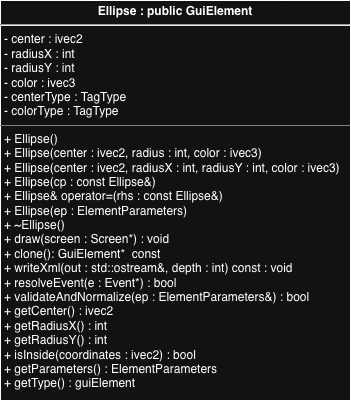
Before: images/Ellipse_UML.png, a diagram exported from draw.io (cgreen2048/ArtHuddle). Source tidied: cells renumbered, new cells last; positions are measured from the earlier drawing's top-left corner, leaving out a move shared by most shapes.
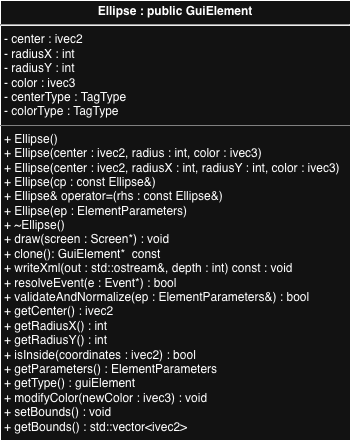
Above is the later version.

Change to the diagram source:
```diff
@@ -2,8 +2,8 @@
   <root>
     <mxCell id="0" />
     <mxCell id="1" parent="0" />
-    <mxCell id="2" value="&lt;p style=&quot;margin:0px;margin-top:4px;text-align:center;&quot;&gt;&lt;b&gt;Ellipse : public GuiElement&lt;/b&gt;&lt;/p&gt;&lt;hr&gt;&lt;p style=&quot;margin:0px;margin-left:4px;&quot;&gt;- center :&amp;nbsp;&lt;span style=&quot;background-color: transparent; color: light-dark(rgb(0, 0, 0), rgb(255, 255, 255));&quot;&gt;ivec2&lt;/span&gt;&lt;/p&gt;&lt;p style=&quot;margin:0px;margin-left:4px;&quot;&gt;- radiusX : int&lt;/p&gt;&lt;p style=&quot;margin:0px;margin-left:4px;&quot;&gt;- radiusY : int&lt;/p&gt;&lt;p style=&quot;margin:0px;margin-left:4px;&quot;&gt;- color : ivec3&lt;/p&gt;&lt;p style=&quot;margin:0px;margin-left:4px;&quot;&gt;- centerType :&amp;nbsp;&lt;span style=&quot;background-color: transparent; color: light-dark(rgb(0, 0, 0), rgb(255, 255, 255));&quot;&gt;TagType&lt;/span&gt;&lt;/p&gt;&lt;p style=&quot;margin:0px;margin-left:4px;&quot;&gt;- colorType : TagType&lt;/p&gt;&lt;hr size=&quot;1&quot; style=&quot;border-style:solid;&quot;&gt;&lt;p style=&quot;margin:0px;margin-left:4px;&quot;&gt;+ Ellipse()&lt;/p&gt;&lt;p style=&quot;margin:0px;margin-left:4px;&quot;&gt;&lt;span style=&quot;background-color: transparent; color: light-dark(rgb(0, 0, 0), rgb(255, 255, 255));&quot;&gt;+&lt;/span&gt;&lt;span style=&quot;background-color: transparent; color: light-dark(rgb(0, 0, 0), rgb(255, 255, 255));&quot;&gt;&amp;nbsp;&lt;/span&gt;Ellipse(center : ivec2, radius : int, color : ivec3)&lt;/p&gt;&lt;p style=&quot;margin:0px;margin-left:4px;&quot;&gt;&lt;span style=&quot;background-color: transparent; color: light-dark(rgb(0, 0, 0), rgb(255, 255, 255));&quot;&gt;+&lt;/span&gt;&lt;span style=&quot;background-color: transparent; color: light-dark(rgb(0, 0, 0), rgb(255, 255, 255));&quot;&gt;&amp;nbsp;&lt;/span&gt;Ellipse(center : ivec2, radiusX : int, radiusY : int, color : ivec3)&lt;/p&gt;&lt;p style=&quot;margin:0px;margin-left:4px;&quot;&gt;&lt;span style=&quot;background-color: transparent; color: light-dark(rgb(0, 0, 0), rgb(255, 255, 255));&quot;&gt;+&lt;/span&gt;&lt;span style=&quot;background-color: transparent; color: light-dark(rgb(0, 0, 0), rgb(255, 255, 255));&quot;&gt;&amp;nbsp;&lt;/span&gt;Ellipse(cp :&amp;nbsp;&lt;span style=&quot;background-color: transparent; color: light-dark(rgb(0, 0, 0), rgb(255, 255, 255));&quot;&gt;const Ellipse&amp;amp;&lt;/span&gt;&lt;span style=&quot;background-color: transparent; color: light-dark(rgb(0, 0, 0), rgb(255, 255, 255));&quot;&gt;)&lt;/span&gt;&lt;/p&gt;&lt;p style=&quot;margin:0px;margin-left:4px;&quot;&gt;&lt;span style=&quot;background-color: transparent; color: light-dark(rgb(0, 0, 0), rgb(255, 255, 255));&quot;&gt;+&lt;/span&gt;&lt;span style=&quot;background-color: transparent; color: light-dark(rgb(0, 0, 0), rgb(255, 255, 255));&quot;&gt;&amp;nbsp;&lt;/span&gt;Ellipse&amp;amp; operator=(rhs :&amp;nbsp;&lt;span style=&quot;background-color: transparent; color: light-dark(rgb(0, 0, 0), rgb(255, 255, 255));&quot;&gt;const Ellipse&amp;amp;&lt;/span&gt;&lt;span style=&quot;background-color: transparent; color: light-dark(rgb(0, 0, 0), rgb(255, 255, 255));&quot;&gt;)&lt;/span&gt;&lt;/p&gt;&lt;p style=&quot;margin:0px;margin-left:4px;&quot;&gt;&lt;span style=&quot;background-color: transparent; color: light-dark(rgb(0, 0, 0), rgb(255, 255, 255));&quot;&gt;+&lt;/span&gt;&lt;span style=&quot;background-color: transparent; color: light-dark(rgb(0, 0, 0), rgb(255, 255, 255));&quot;&gt;&amp;nbsp;&lt;/span&gt;Ellipse(ep :&amp;nbsp;&lt;span style=&quot;background-color: transparent; color: light-dark(rgb(0, 0, 0), rgb(255, 255, 255));&quot;&gt;ElementParameters&lt;/span&gt;&lt;span style=&quot;background-color: transparent; color: light-dark(rgb(0, 0, 0), rgb(255, 255, 255));&quot;&gt;)&lt;/span&gt;&lt;/p&gt;&lt;p style=&quot;margin:0px;margin-left:4px;&quot;&gt;&lt;span style=&quot;background-color: transparent; color: light-dark(rgb(0, 0, 0), rgb(255, 255, 255));&quot;&gt;+&lt;/span&gt;&lt;span style=&quot;background-color: transparent; color: light-dark(rgb(0, 0, 0), rgb(255, 255, 255));&quot;&gt;&amp;nbsp;&lt;/span&gt;~Ellipse()&lt;/p&gt;&lt;p style=&quot;margin:0px;margin-left:4px;&quot;&gt;&lt;span style=&quot;background-color: transparent; color: light-dark(rgb(0, 0, 0), rgb(255, 255, 255));&quot;&gt;+&lt;/span&gt;&lt;span style=&quot;background-color: transparent; color: light-dark(rgb(0, 0, 0), rgb(255, 255, 255));&quot;&gt;&amp;nbsp;&lt;/span&gt;draw(screen :&amp;nbsp;&lt;span style=&quot;background-color: transparent; color: light-dark(rgb(0, 0, 0), rgb(255, 255, 255));&quot;&gt;Screen*&lt;/span&gt;&lt;span style=&quot;background-color: transparent; color: light-dark(rgb(0, 0, 0), rgb(255, 255, 255));&quot;&gt;) : void&lt;/span&gt;&lt;/p&gt;&lt;p style=&quot;margin:0px;margin-left:4px;&quot;&gt;+ clone(): GuiElement*&amp;nbsp; const&amp;nbsp;&lt;span style=&quot;background-color: transparent; color: light-dark(rgb(0, 0, 0), rgb(255, 255, 255));&quot;&gt;&lt;/span&gt;&lt;/p&gt;&lt;p style=&quot;margin:0px;margin-left:4px;&quot;&gt;&lt;span style=&quot;background-color: transparent; color: light-dark(rgb(0, 0, 0), rgb(255, 255, 255));&quot;&gt;+&lt;/span&gt;&lt;span style=&quot;background-color: transparent; color: light-dark(rgb(0, 0, 0), rgb(255, 255, 255));&quot;&gt;&amp;nbsp;&lt;/span&gt;writeXml(out :&amp;nbsp;&lt;span style=&quot;background-color: transparent; color: light-dark(rgb(0, 0, 0), rgb(255, 255, 255));&quot;&gt;std::ostream&amp;amp;&lt;/span&gt;&lt;span style=&quot;background-color: transparent; color: light-dark(rgb(0, 0, 0), rgb(255, 255, 255));&quot;&gt;, depth :&amp;nbsp;&lt;/span&gt;&lt;span style=&quot;background-color: transparent; color: light-dark(rgb(0, 0, 0), rgb(255, 255, 255));&quot;&gt;int&lt;/span&gt;&lt;span style=&quot;background-color: transparent; color: light-dark(rgb(0, 0, 0), rgb(255, 255, 255));&quot;&gt;) const :&amp;nbsp;&lt;/span&gt;&lt;span style=&quot;background-color: transparent; color: light-dark(rgb(0, 0, 0), rgb(255, 255, 255));&quot;&gt;void&lt;/span&gt;&lt;/p&gt;&lt;p style=&quot;margin:0px;margin-left:4px;&quot;&gt;&lt;span style=&quot;background-color: transparent; color: light-dark(rgb(0, 0, 0), rgb(255, 255, 255));&quot;&gt;+&lt;/span&gt;&lt;span style=&quot;background-color: transparent; color: light-dark(rgb(0, 0, 0), rgb(255, 255, 255));&quot;&gt;&amp;nbsp;&lt;/span&gt;resolveEvent(e :&amp;nbsp;&lt;span style=&quot;background-color: transparent; color: light-dark(rgb(0, 0, 0), rgb(255, 255, 255));&quot;&gt;Event*&lt;/span&gt;&lt;span style=&quot;background-color: transparent; color: light-dark(rgb(0, 0, 0), rgb(255, 255, 255));&quot;&gt;) : bool&lt;/span&gt;&lt;/p&gt;&lt;p style=&quot;margin:0px;margin-left:4px;&quot;&gt;&lt;span style=&quot;background-color: transparent; color: light-dark(rgb(0, 0, 0), rgb(255, 255, 255));&quot;&gt;+&lt;/span&gt;&lt;span style=&quot;background-color: transparent; color: light-dark(rgb(0, 0, 0), rgb(255, 255, 255));&quot;&gt;&amp;nbsp;validateAndNormalize&lt;/span&gt;(ep :&amp;nbsp;&lt;span style=&quot;background-color: transparent; color: light-dark(rgb(0, 0, 0), rgb(255, 255, 255));&quot;&gt;ElementParameters&amp;amp;&lt;/span&gt;&lt;span style=&quot;background-color: transparent; color: light-dark(rgb(0, 0, 0), rgb(255, 255, 255));&quot;&gt;) : bool&lt;/span&gt;&lt;/p&gt;&lt;p style=&quot;margin:0px;margin-left:4px;&quot;&gt;&lt;span style=&quot;background-color: transparent; color: light-dark(rgb(0, 0, 0), rgb(255, 255, 255));&quot;&gt;+&lt;/span&gt;&lt;span style=&quot;background-color: transparent; color: light-dark(rgb(0, 0, 0), rgb(255, 255, 255));&quot;&gt;&amp;nbsp;&lt;/span&gt;getCenter() : ivec2&lt;/p&gt;&lt;p style=&quot;margin:0px;margin-left:4px;&quot;&gt;&lt;span style=&quot;background-color: transparent; color: light-dark(rgb(0, 0, 0), rgb(255, 255, 255));&quot;&gt;+&lt;/span&gt;&lt;span style=&quot;background-color: transparent; color: light-dark(rgb(0, 0, 0), rgb(255, 255, 255));&quot;&gt;&amp;nbsp;&lt;/span&gt;getRadiusX() : int&lt;/p&gt;&lt;p style=&quot;margin:0px;margin-left:4px;&quot;&gt;&lt;span style=&quot;background-color: transparent; color: light-dark(rgb(0, 0, 0), rgb(255, 255, 255));&quot;&gt;+&lt;/span&gt;&lt;span style=&quot;background-color: transparent; color: light-dark(rgb(0, 0, 0), rgb(255, 255, 255));&quot;&gt;&amp;nbsp;&lt;/span&gt;getRadiusY() : int&lt;/p&gt;&lt;p style=&quot;margin:0px;margin-left:4px;&quot;&gt;&lt;span style=&quot;background-color: transparent; color: light-dark(rgb(0, 0, 0), rgb(255, 255, 255));&quot;&gt;+&lt;/span&gt;&lt;span style=&quot;background-color: transparent; color: light-dark(rgb(0, 0, 0), rgb(255, 255, 255));&quot;&gt;&amp;nbsp;&lt;/span&gt;isInside(coordinates :&amp;nbsp;&lt;span style=&quot;background-color: transparent; color: light-dark(rgb(0, 0, 0), rgb(255, 255, 255));&quot;&gt;ivec2&lt;/span&gt;&lt;span style=&quot;background-color: transparent; color: light-dark(rgb(0, 0, 0), rgb(255, 255, 255));&quot;&gt;) : bool&lt;/span&gt;&lt;/p&gt;&lt;p style=&quot;margin: 0px 0px 0px 4px;&quot;&gt;&lt;span style=&quot;background-color: transparent;&quot;&gt;+ getParameters() : ElementParameters&lt;/span&gt;&lt;/p&gt;&lt;p style=&quot;margin: 0px 0px 0px 4px;&quot;&gt;&lt;span style=&quot;background-color: transparent;&quot;&gt;+ getType() : guiElement&lt;/span&gt;&lt;/p&gt;" style="verticalAlign=top;align=left;overflow=fill;html=1;whiteSpace=wrap;" parent="1" vertex="1">
-      <mxGeometry width="350" height="400" as="geometry" />
+    <mxCell id="2" value="&lt;p style=&quot;margin:0px;margin-top:4px;text-align:center;&quot;&gt;&lt;b&gt;Ellipse : public GuiElement&lt;/b&gt;&lt;/p&gt;&lt;hr&gt;&lt;p style=&quot;margin:0px;margin-left:4px;&quot;&gt;- center :&amp;nbsp;&lt;span style=&quot;background-color: transparent; color: light-dark(rgb(0, 0, 0), rgb(255, 255, 255));&quot;&gt;ivec2&lt;/span&gt;&lt;/p&gt;&lt;p style=&quot;margin:0px;margin-left:4px;&quot;&gt;- radiusX : int&lt;/p&gt;&lt;p style=&quot;margin:0px;margin-left:4px;&quot;&gt;- radiusY : int&lt;/p&gt;&lt;p style=&quot;margin:0px;margin-left:4px;&quot;&gt;- color : ivec3&lt;/p&gt;&lt;p style=&quot;margin:0px;margin-left:4px;&quot;&gt;- centerType :&amp;nbsp;&lt;span style=&quot;background-color: transparent; color: light-dark(rgb(0, 0, 0), rgb(255, 255, 255));&quot;&gt;TagType&lt;/span&gt;&lt;/p&gt;&lt;p style=&quot;margin:0px;margin-left:4px;&quot;&gt;- colorType : TagType&lt;/p&gt;&lt;hr size=&quot;1&quot; style=&quot;border-style:solid;&quot;&gt;&lt;p style=&quot;margin:0px;margin-left:4px;&quot;&gt;+ Ellipse()&lt;/p&gt;&lt;p style=&quot;margin:0px;margin-left:4px;&quot;&gt;&lt;span style=&quot;background-color: transparent; color: light-dark(rgb(0, 0, 0), rgb(255, 255, 255));&quot;&gt;+&lt;/span&gt;&lt;span style=&quot;background-color: transparent; color: light-dark(rgb(0, 0, 0), rgb(255, 255, 255));&quot;&gt;&amp;nbsp;&lt;/span&gt;Ellipse(center : ivec2, radius : int, color : ivec3)&lt;/p&gt;&lt;p style=&quot;margin:0px;margin-left:4px;&quot;&gt;&lt;span style=&quot;background-color: transparent; color: light-dark(rgb(0, 0, 0), rgb(255, 255, 255));&quot;&gt;+&lt;/span&gt;&lt;span style=&quot;background-color: transparent; color: light-dark(rgb(0, 0, 0), rgb(255, 255, 255));&quot;&gt;&amp;nbsp;&lt;/span&gt;Ellipse(center : ivec2, radiusX : int, radiusY : int, color : ivec3)&lt;/p&gt;&lt;p style=&quot;margin:0px;margin-left:4px;&quot;&gt;&lt;span style=&quot;background-color: transparent; color: light-dark(rgb(0, 0, 0), rgb(255, 255, 255));&quot;&gt;+&lt;/span&gt;&lt;span style=&quot;background-color: transparent; color: light-dark(rgb(0, 0, 0), rgb(255, 255, 255));&quot;&gt;&amp;nbsp;&lt;/span&gt;Ellipse(cp :&amp;nbsp;&lt;span style=&quot;background-color: transparent; color: light-dark(rgb(0, 0, 0), rgb(255, 255, 255));&quot;&gt;const Ellipse&amp;amp;&lt;/span&gt;&lt;span style=&quot;background-color: transparent; color: light-dark(rgb(0, 0, 0), rgb(255, 255, 255));&quot;&gt;)&lt;/span&gt;&lt;/p&gt;&lt;p style=&quot;margin:0px;margin-left:4px;&quot;&gt;&lt;span style=&quot;background-color: transparent; color: light-dark(rgb(0, 0, 0), rgb(255, 255, 255));&quot;&gt;+&lt;/span&gt;&lt;span style=&quot;background-color: transparent; color: light-dark(rgb(0, 0, 0), rgb(255, 255, 255));&quot;&gt;&amp;nbsp;&lt;/span&gt;Ellipse&amp;amp; operator=(rhs :&amp;nbsp;&lt;span style=&quot;background-color: transparent; color: light-dark(rgb(0, 0, 0), rgb(255, 255, 255));&quot;&gt;const Ellipse&amp;amp;&lt;/span&gt;&lt;span style=&quot;background-color: transparent; color: light-dark(rgb(0, 0, 0), rgb(255, 255, 255));&quot;&gt;)&lt;/span&gt;&lt;/p&gt;&lt;p style=&quot;margin:0px;margin-left:4px;&quot;&gt;&lt;span style=&quot;background-color: transparent; color: light-dark(rgb(0, 0, 0), rgb(255, 255, 255));&quot;&gt;+&lt;/span&gt;&lt;span style=&quot;background-color: transparent; color: light-dark(rgb(0, 0, 0), rgb(255, 255, 255));&quot;&gt;&amp;nbsp;&lt;/span&gt;Ellipse(ep :&amp;nbsp;&lt;span style=&quot;background-color: transparent; color: light-dark(rgb(0, 0, 0), rgb(255, 255, 255));&quot;&gt;ElementParameters&lt;/span&gt;&lt;span style=&quot;background-color: transparent; color: light-dark(rgb(0, 0, 0), rgb(255, 255, 255));&quot;&gt;)&lt;/span&gt;&lt;/p&gt;&lt;p style=&quot;margin:0px;margin-left:4px;&quot;&gt;&lt;span style=&quot;background-color: transparent; color: light-dark(rgb(0, 0, 0), rgb(255, 255, 255));&quot;&gt;+&lt;/span&gt;&lt;span style=&quot;background-color: transparent; color: light-dark(rgb(0, 0, 0), rgb(255, 255, 255));&quot;&gt;&amp;nbsp;&lt;/span&gt;~Ellipse()&lt;/p&gt;&lt;p style=&quot;margin:0px;margin-left:4px;&quot;&gt;&lt;span style=&quot;background-color: transparent; color: light-dark(rgb(0, 0, 0), rgb(255, 255, 255));&quot;&gt;+&lt;/span&gt;&lt;span style=&quot;background-color: transparent; color: light-dark(rgb(0, 0, 0), rgb(255, 255, 255));&quot;&gt;&amp;nbsp;&lt;/span&gt;draw(screen :&amp;nbsp;&lt;span style=&quot;background-color: transparent; color: light-dark(rgb(0, 0, 0), rgb(255, 255, 255));&quot;&gt;Screen*&lt;/span&gt;&lt;span style=&quot;background-color: transparent; color: light-dark(rgb(0, 0, 0), rgb(255, 255, 255));&quot;&gt;) : void&lt;/span&gt;&lt;/p&gt;&lt;p style=&quot;margin:0px;margin-left:4px;&quot;&gt;+ clone(): GuiElement*&amp;nbsp; const&amp;nbsp;&lt;span style=&quot;background-color: transparent; color: light-dark(rgb(0, 0, 0), rgb(255, 255, 255));&quot;&gt;&lt;/span&gt;&lt;/p&gt;&lt;p style=&quot;margin:0px;margin-left:4px;&quot;&gt;&lt;span style=&quot;background-color: transparent; color: light-dark(rgb(0, 0, 0), rgb(255, 255, 255));&quot;&gt;+&lt;/span&gt;&lt;span style=&quot;background-color: transparent; color: light-dark(rgb(0, 0, 0), rgb(255, 255, 255));&quot;&gt;&amp;nbsp;&lt;/span&gt;writeXml(out :&amp;nbsp;&lt;span style=&quot;background-color: transparent; color: light-dark(rgb(0, 0, 0), rgb(255, 255, 255));&quot;&gt;std::ostream&amp;amp;&lt;/span&gt;&lt;span style=&quot;background-color: transparent; color: light-dark(rgb(0, 0, 0), rgb(255, 255, 255));&quot;&gt;, depth :&amp;nbsp;&lt;/span&gt;&lt;span style=&quot;background-color: transparent; color: light-dark(rgb(0, 0, 0), rgb(255, 255, 255));&quot;&gt;int&lt;/span&gt;&lt;span style=&quot;background-color: transparent; color: light-dark(rgb(0, 0, 0), rgb(255, 255, 255));&quot;&gt;) const :&amp;nbsp;&lt;/span&gt;&lt;span style=&quot;background-color: transparent; color: light-dark(rgb(0, 0, 0), rgb(255, 255, 255));&quot;&gt;void&lt;/span&gt;&lt;/p&gt;&lt;p style=&quot;margin:0px;margin-left:4px;&quot;&gt;&lt;span style=&quot;background-color: transparent; color: light-dark(rgb(0, 0, 0), rgb(255, 255, 255));&quot;&gt;+&lt;/span&gt;&lt;span style=&quot;background-color: transparent; color: light-dark(rgb(0, 0, 0), rgb(255, 255, 255));&quot;&gt;&amp;nbsp;&lt;/span&gt;resolveEvent(e :&amp;nbsp;&lt;span style=&quot;background-color: transparent; color: light-dark(rgb(0, 0, 0), rgb(255, 255, 255));&quot;&gt;Event*&lt;/span&gt;&lt;span style=&quot;background-color: transparent; color: light-dark(rgb(0, 0, 0), rgb(255, 255, 255));&quot;&gt;) : bool&lt;/span&gt;&lt;/p&gt;&lt;p style=&quot;margin:0px;margin-left:4px;&quot;&gt;&lt;span style=&quot;background-color: transparent; color: light-dark(rgb(0, 0, 0), rgb(255, 255, 255));&quot;&gt;+&lt;/span&gt;&lt;span style=&quot;background-color: transparent; color: light-dark(rgb(0, 0, 0), rgb(255, 255, 255));&quot;&gt;&amp;nbsp;validateAndNormalize&lt;/span&gt;(ep :&amp;nbsp;&lt;span style=&quot;background-color: transparent; color: light-dark(rgb(0, 0, 0), rgb(255, 255, 255));&quot;&gt;ElementParameters&amp;amp;&lt;/span&gt;&lt;span style=&quot;background-color: transparent; color: light-dark(rgb(0, 0, 0), rgb(255, 255, 255));&quot;&gt;) : bool&lt;/span&gt;&lt;/p&gt;&lt;p style=&quot;margin:0px;margin-left:4px;&quot;&gt;&lt;span style=&quot;background-color: transparent; color: light-dark(rgb(0, 0, 0), rgb(255, 255, 255));&quot;&gt;+&lt;/span&gt;&lt;span style=&quot;background-color: transparent; color: light-dark(rgb(0, 0, 0), rgb(255, 255, 255));&quot;&gt;&amp;nbsp;&lt;/span&gt;getCenter() : ivec2&lt;/p&gt;&lt;p style=&quot;margin:0px;margin-left:4px;&quot;&gt;&lt;span style=&quot;background-color: transparent; color: light-dark(rgb(0, 0, 0), rgb(255, 255, 255));&quot;&gt;+&lt;/span&gt;&lt;span style=&quot;background-color: transparent; color: light-dark(rgb(0, 0, 0), rgb(255, 255, 255));&quot;&gt;&amp;nbsp;&lt;/span&gt;getRadiusX() : int&lt;/p&gt;&lt;p style=&quot;margin:0px;margin-left:4px;&quot;&gt;&lt;span style=&quot;background-color: transparent; color: light-dark(rgb(0, 0, 0), rgb(255, 255, 255));&quot;&gt;+&lt;/span&gt;&lt;span style=&quot;background-color: transparent; color: light-dark(rgb(0, 0, 0), rgb(255, 255, 255));&quot;&gt;&amp;nbsp;&lt;/span&gt;getRadiusY() : int&lt;/p&gt;&lt;p style=&quot;margin:0px;margin-left:4px;&quot;&gt;&lt;span style=&quot;background-color: transparent; color: light-dark(rgb(0, 0, 0), rgb(255, 255, 255));&quot;&gt;+&lt;/span&gt;&lt;span style=&quot;background-color: transparent; color: light-dark(rgb(0, 0, 0), rgb(255, 255, 255));&quot;&gt;&amp;nbsp;&lt;/span&gt;isInside(coordinates :&amp;nbsp;&lt;span style=&quot;background-color: transparent; color: light-dark(rgb(0, 0, 0), rgb(255, 255, 255));&quot;&gt;ivec2&lt;/span&gt;&lt;span style=&quot;background-color: transparent; color: light-dark(rgb(0, 0, 0), rgb(255, 255, 255));&quot;&gt;) : bool&lt;/span&gt;&lt;/p&gt;&lt;p style=&quot;margin: 0px 0px 0px 4px;&quot;&gt;&lt;span style=&quot;background-color: transparent;&quot;&gt;+ getParameters() : ElementParameters&lt;/span&gt;&lt;/p&gt;&lt;p style=&quot;margin: 0px 0px 0px 4px;&quot;&gt;&lt;span style=&quot;background-color: transparent;&quot;&gt;+ getType() : guiElement&lt;/span&gt;&lt;/p&gt;&lt;p style=&quot;margin: 0px 0px 0px 4px;&quot;&gt;+ modifyColor(newColor : ivec3) : void&lt;/p&gt;&lt;p style=&quot;margin: 0px 0px 0px 4px;&quot;&gt;+ setBounds() : void&lt;/p&gt;&lt;p style=&quot;margin: 0px 0px 0px 4px;&quot;&gt;&lt;span style=&quot;background-color: transparent;&quot;&gt;&lt;/span&gt;&lt;/p&gt;&lt;p style=&quot;margin: 0px 0px 0px 4px;&quot;&gt;+ getBounds() : std::vector&amp;lt;ivec2&amp;gt;&lt;/p&gt;" style="verticalAlign=top;align=left;overflow=fill;html=1;whiteSpace=wrap;" parent="1" vertex="1">
+      <mxGeometry width="350" height="440" as="geometry" />
     </mxCell>
   </root>
 </mxGraphModel>
```
